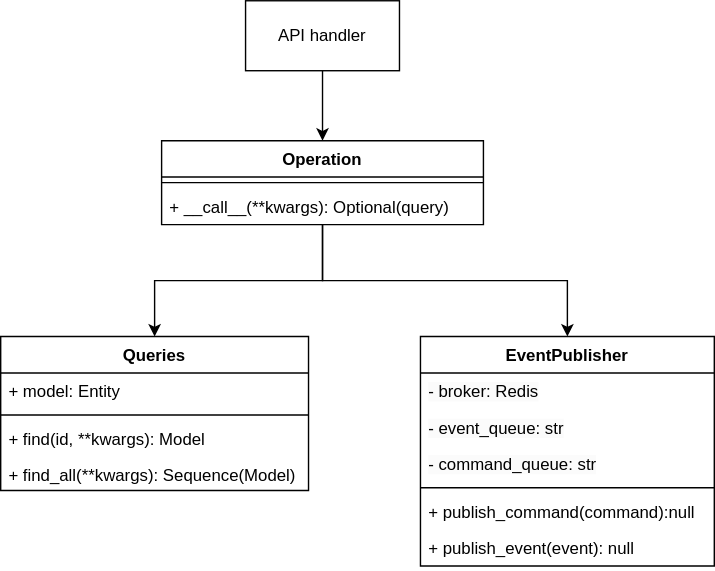
The draw.io diagram docs/classes-API.drawio.svg in Keni13-coder/test-nebus, before a commit. Source tidied: cells renumbered, new cells last; positions are measured from the earlier drawing's top-left corner, leaving out a move shared by most shapes.
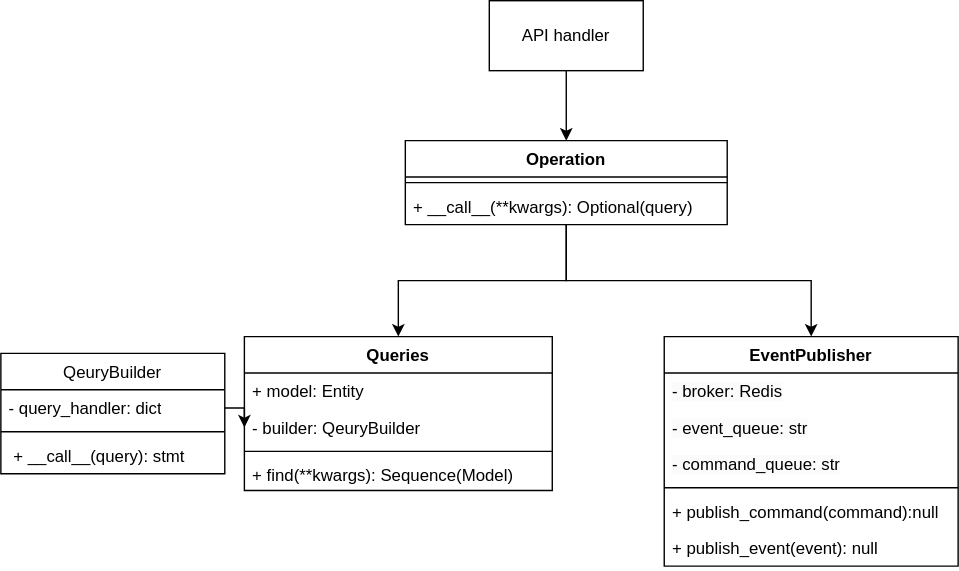
The same file after the commit.

Commit message:
I changed the way I understood the interaction of classes for queries, and also created tests for them

The edit, as a diff of the source:
```diff
@@ -44,13 +44,13 @@
     <mxCell id="15" value="+ model: Entity" style="text;strokeColor=none;fillColor=none;align=left;verticalAlign=top;spacingLeft=4;spacingRight=4;overflow=hidden;whiteSpace=wrap;html=1;" parent="14" vertex="1">
       <mxGeometry y="26" width="220" height="26" as="geometry" />
     </mxCell>
+    <mxCell id="21" value="- builder: QeuryBuilder" style="text;strokeColor=none;fillColor=none;align=left;verticalAlign=top;spacingLeft=4;spacingRight=4;overflow=hidden;points=[[0,0.5],[1,0.5]];portConstraint=eastwest;whiteSpace=wrap;html=1;" parent="14" vertex="1">
+      <mxGeometry y="52" width="220" height="26" as="geometry" />
+    </mxCell>
     <mxCell id="16" style="line;strokeWidth=1;fillColor=none;align=left;verticalAlign=middle;spacingTop=-1;spacingLeft=3;spacingRight=3;labelPosition=right;strokeColor=inherit;" parent="14" vertex="1">
-      <mxGeometry y="52" width="220" height="8" as="geometry" />
+      <mxGeometry y="78" width="220" height="8" as="geometry" />
     </mxCell>
-    <mxCell id="17" value="+ find(id, **kwargs)&lt;span style=&quot;color: rgba(0, 0, 0, 0); font-family: monospace; font-size: 0px; text-wrap-mode: nowrap;&quot;&gt;%3CmxGraphModel%3E%3Croot%3E%3CmxCell%20id%3D%220%22%2F%3E%3CmxCell%20id%3D%221%22%20parent%3D%220%22%2F%3E%3CmxCell%20id%3D%222%22%20value%3D%22MessageBus%22%20style%3D%22swimlane%3BfontStyle%3D1%3Balign%3Dcenter%3BverticalAlign%3Dtop%3BchildLayout%3DstackLayout%3Bhorizontal%3D1%3BstartSize%3D26%3BhorizontalStack%3D0%3BresizeParent%3D1%3BresizeParentMax%3D0%3BresizeLast%3D0%3Bcollapsible%3D1%3BmarginBottom%3D0%3BwhiteSpace%3Dwrap%3Bhtml%3D1%3B%22%20vertex%3D%221%22%20parent%3D%221%22%3E%3CmxGeometry%20x%3D%22484%22%20y%3D%22310%22%20width%3D%22160%22%20height%3D%2286%22%20as%3D%22geometry%22%2F%3E%3C%2FmxCell%3E%3CmxCell%20id%3D%223%22%20value%3D%22%2B%20field%3A%20type%22%20style%3D%22text%3BstrokeColor%3Dnone%3BfillColor%3Dnone%3Balign%3Dleft%3BverticalAlign%3Dtop%3BspacingLeft%3D4%3BspacingRight%3D4%3Boverflow%3Dhidden%3Brotatable%3D0%3Bpoints%3D%5B%5B0%2C0.5%5D%2C%5B1%2C0.5%5D%5D%3BportConstraint%3Deastwest%3BwhiteSpace%3Dwrap%3Bhtml%3D1%3B%22%20vertex%3D%221%22%20parent%3D%222%22%3E%3CmxGeometry%20y%3D%2226%22%20width%3D%22160%22%20height%3D%2226%22%20as%3D%22geometry%22%2F%3E%3C%2FmxCell%3E%3CmxCell%20id%3D%224%22%20value%3D%22%22%20style%3D%22line%3BstrokeWidth%3D1%3BfillColor%3Dnone%3Balign%3Dleft%3BverticalAlign%3Dmiddle%3BspacingTop%3D-1%3BspacingLeft%3D3%3BspacingRight%3D3%3Brotatable%3D0%3BlabelPosition%3Dright%3Bpoints%3D%5B%5D%3BportConstraint%3Deastwest%3BstrokeColor%3Dinherit%3B%22%20vertex%3D%221%22%20parent%3D%222%22%3E%3CmxGeometry%20y%3D%2252%22%20width%3D%22160%22%20height%3D%228%22%20as%3D%22geometry%22%2F%3E%3C%2FmxCell%3E%3CmxCell%20id%3D%225%22%20value%3D%22%2B%20method(type)%3A%20type%22%20style%3D%22text%3BstrokeColor%3Dnone%3BfillColor%3Dnone%3Balign%3Dleft%3BverticalAlign%3Dtop%3BspacingLeft%3D4%3BspacingRight%3D4%3Boverflow%3Dhidden%3Brotatable%3D0%3Bpoints%3D%5B%5B0%2C0.5%5D%2C%5B1%2C0.5%5D%5D%3BportConstraint%3Deastwest%3BwhiteSpace%3Dwrap%3Bhtml%3D1%3B%22%20vertex%3D%221%22%20parent%3D%222%22%3E%3CmxGeometry%20y%3D%2260%22%20width%3D%22160%22%20height%3D%2226%22%20as%3D%22geometry%22%2F%3E%3C%2FmxCell%3E%3C%2Froot%3E%3C%2FmxGraphModel%3E&lt;/span&gt;&lt;span style=&quot;color: rgba(0, 0, 0, 0); font-family: monospace; font-size: 0px; text-wrap-mode: nowrap;&quot;&gt;%3CmxGraphModel%3E%3Croot%3E%3CmxCell%20id%3D%220%22%2F%3E%3CmxCell%20id%3D%221%22%20parent%3D%220%22%2F%3E%3CmxCell%20id%3D%222%22%20value%3D%22MessageBus%22%20style%3D%22swimlane%3BfontStyle%3D1%3Balign%3Dcenter%3BverticalAlign%3Dtop%3BchildLayout%3DstackLayout%3Bhorizontal%3D1%3BstartSize%3D26%3BhorizontalStack%3D0%3BresizeParent%3D1%3BresizeParentMax%3D0%3BresizeLast%3D0%3Bcollapsible%3D1%3BmarginBottom%3D0%3BwhiteSpace%3Dwrap%3Bhtml%3D1%3B%22%20vertex%3D%221%22%20parent%3D%221%22%3E%3CmxGeometry%20x%3D%22484%22%20y%3D%22310%22%20width%3D%22160%22%20height%3D%2286%22%20as%3D%22geometry%22%2F%3E%3C%2FmxCell%3E%3CmxCell%20id%3D%223%22%20value%3D%22%2B%20field%3A%20type%22%20style%3D%22text%3BstrokeColor%3Dnone%3BfillColor%3Dnone%3Balign%3Dleft%3BverticalAlign%3Dtop%3BspacingLeft%3D4%3BspacingRight%3D4%3Boverflow%3Dhidden%3Brotatable%3D0%3Bpoints%3D%5B%5B0%2C0.5%5D%2C%5B1%2C0.5%5D%5D%3BportConstraint%3Deastwest%3BwhiteSpace%3Dwrap%3Bhtml%3D1%3B%22%20vertex%3D%221%22%20parent%3D%222%22%3E%3CmxGeometry%20y%3D%2226%22%20width%3D%22160%22%20height%3D%2226%22%20as%3D%22geometry%22%2F%3E%3C%2FmxCell%3E%3CmxCell%20id%3D%224%22%20value%3D%22%22%20style%3D%22line%3BstrokeWidth%3D1%3BfillColor%3Dnone%3Balign%3Dleft%3BverticalAlign%3Dmiddle%3BspacingTop%3D-1%3BspacingLeft%3D3%3BspacingRight%3D3%3Brotatable%3D0%3BlabelPosition%3Dright%3Bpoints%3D%5B%5D%3BportConstraint%3Deastwest%3BstrokeColor%3Dinherit%3B%22%20vertex%3D%221%22%20parent%3D%222%22%3E%3CmxGeometry%20y%3D%2252%22%20width%3D%22160%22%20height%3D%228%22%20as%3D%22geometry%22%2F%3E%3C%2FmxCell%3E%3CmxCell%20id%3D%225%22%20value%3D%22%2B%20method(type)%3A%20type%22%20style%3D%22text%3BstrokeColor%3Dnone%3BfillColor%3Dnone%3Balign%3Dleft%3BverticalAlign%3Dtop%3BspacingLeft%3D4%3BspacingRight%3D4%3Boverflow%3Dhidden%3Brotatable%3D0%3Bpoints%3D%5B%5B0%2C0.5%5D%2C%5B1%2C0.5%5D%5D%3BportConstraint%3Deastwest%3BwhiteSpace%3Dwrap%3Bhtml%3D1%3B%22%20vertex%3D%221%22%20parent%3D%222%22%3E%3CmxGeometry%20y%3D%2260%22%20width%3D%22160%22%20height%3D%2226%22%20as%3D%22geometry%22%2F%3E%3C%2FmxCell%3E%3C%2Froot%3E%3C%2FmxGraphModel%3E&lt;/span&gt;: Model" style="text;strokeColor=none;fillColor=none;align=left;verticalAlign=top;spacingLeft=4;spacingRight=4;overflow=hidden;whiteSpace=wrap;html=1;" parent="14" vertex="1">
-      <mxGeometry y="60" width="220" height="26" as="geometry" />
-    </mxCell>
-    <mxCell id="18" value="+ find_all(**kwargs)&lt;span style=&quot;color: rgba(0, 0, 0, 0); font-family: monospace; font-size: 0px; text-wrap-mode: nowrap;&quot;&gt;%3CmxGraphModel%3E%3Croot%3E%3CmxCell%20id%3D%220%22%2F%3E%3CmxCell%20id%3D%221%22%20parent%3D%220%22%2F%3E%3CmxCell%20id%3D%222%22%20value%3D%22MessageBus%22%20style%3D%22swimlane%3BfontStyle%3D1%3Balign%3Dcenter%3BverticalAlign%3Dtop%3BchildLayout%3DstackLayout%3Bhorizontal%3D1%3BstartSize%3D26%3BhorizontalStack%3D0%3BresizeParent%3D1%3BresizeParentMax%3D0%3BresizeLast%3D0%3Bcollapsible%3D1%3BmarginBottom%3D0%3BwhiteSpace%3Dwrap%3Bhtml%3D1%3B%22%20vertex%3D%221%22%20parent%3D%221%22%3E%3CmxGeometry%20x%3D%22484%22%20y%3D%22310%22%20width%3D%22160%22%20height%3D%2286%22%20as%3D%22geometry%22%2F%3E%3C%2FmxCell%3E%3CmxCell%20id%3D%223%22%20value%3D%22%2B%20field%3A%20type%22%20style%3D%22text%3BstrokeColor%3Dnone%3BfillColor%3Dnone%3Balign%3Dleft%3BverticalAlign%3Dtop%3BspacingLeft%3D4%3BspacingRight%3D4%3Boverflow%3Dhidden%3Brotatable%3D0%3Bpoints%3D%5B%5B0%2C0.5%5D%2C%5B1%2C0.5%5D%5D%3BportConstraint%3Deastwest%3BwhiteSpace%3Dwrap%3Bhtml%3D1%3B%22%20vertex%3D%221%22%20parent%3D%222%22%3E%3CmxGeometry%20y%3D%2226%22%20width%3D%22160%22%20height%3D%2226%22%20as%3D%22geometry%22%2F%3E%3C%2FmxCell%3E%3CmxCell%20id%3D%224%22%20value%3D%22%22%20style%3D%22line%3BstrokeWidth%3D1%3BfillColor%3Dnone%3Balign%3Dleft%3BverticalAlign%3Dmiddle%3BspacingTop%3D-1%3BspacingLeft%3D3%3BspacingRight%3D3%3Brotatable%3D0%3BlabelPosition%3Dright%3Bpoints%3D%5B%5D%3BportConstraint%3Deastwest%3BstrokeColor%3Dinherit%3B%22%20vertex%3D%221%22%20parent%3D%222%22%3E%3CmxGeometry%20y%3D%2252%22%20width%3D%22160%22%20height%3D%228%22%20as%3D%22geometry%22%2F%3E%3C%2FmxCell%3E%3CmxCell%20id%3D%225%22%20value%3D%22%2B%20method(type)%3A%20type%22%20style%3D%22text%3BstrokeColor%3Dnone%3BfillColor%3Dnone%3Balign%3Dleft%3BverticalAlign%3Dtop%3BspacingLeft%3D4%3BspacingRight%3D4%3Boverflow%3Dhidden%3Brotatable%3D0%3Bpoints%3D%5B%5B0%2C0.5%5D%2C%5B1%2C0.5%5D%5D%3BportConstraint%3Deastwest%3BwhiteSpace%3Dwrap%3Bhtml%3D1%3B%22%20vertex%3D%221%22%20parent%3D%222%22%3E%3CmxGeometry%20y%3D%2260%22%20width%3D%22160%22%20height%3D%2226%22%20as%3D%22geometry%22%2F%3E%3C%2FmxCell%3E%3C%2Froot%3E%3C%2FmxGraphModel%3E&lt;/span&gt;&lt;span style=&quot;color: rgba(0, 0, 0, 0); font-family: monospace; font-size: 0px; text-wrap-mode: nowrap;&quot;&gt;%3CmxGraphModel%3E%3Croot%3E%3CmxCell%20id%3D%220%22%2F%3E%3CmxCell%20id%3D%221%22%20parent%3D%220%22%2F%3E%3CmxCell%20id%3D%222%22%20value%3D%22MessageBus%22%20style%3D%22swimlane%3BfontStyle%3D1%3Balign%3Dcenter%3BverticalAlign%3Dtop%3BchildLayout%3DstackLayout%3Bhorizontal%3D1%3BstartSize%3D26%3BhorizontalStack%3D0%3BresizeParent%3D1%3BresizeParentMax%3D0%3BresizeLast%3D0%3Bcollapsible%3D1%3BmarginBottom%3D0%3BwhiteSpace%3Dwrap%3Bhtml%3D1%3B%22%20vertex%3D%221%22%20parent%3D%221%22%3E%3CmxGeometry%20x%3D%22484%22%20y%3D%22310%22%20width%3D%22160%22%20height%3D%2286%22%20as%3D%22geometry%22%2F%3E%3C%2FmxCell%3E%3CmxCell%20id%3D%223%22%20value%3D%22%2B%20field%3A%20type%22%20style%3D%22text%3BstrokeColor%3Dnone%3BfillColor%3Dnone%3Balign%3Dleft%3BverticalAlign%3Dtop%3BspacingLeft%3D4%3BspacingRight%3D4%3Boverflow%3Dhidden%3Brotatable%3D0%3Bpoints%3D%5B%5B0%2C0.5%5D%2C%5B1%2C0.5%5D%5D%3BportConstraint%3Deastwest%3BwhiteSpace%3Dwrap%3Bhtml%3D1%3B%22%20vertex%3D%221%22%20parent%3D%222%22%3E%3CmxGeometry%20y%3D%2226%22%20width%3D%22160%22%20height%3D%2226%22%20as%3D%22geometry%22%2F%3E%3C%2FmxCell%3E%3CmxCell%20id%3D%224%22%20value%3D%22%22%20style%3D%22line%3BstrokeWidth%3D1%3BfillColor%3Dnone%3Balign%3Dleft%3BverticalAlign%3Dmiddle%3BspacingTop%3D-1%3BspacingLeft%3D3%3BspacingRight%3D3%3Brotatable%3D0%3BlabelPosition%3Dright%3Bpoints%3D%5B%5D%3BportConstraint%3Deastwest%3BstrokeColor%3Dinherit%3B%22%20vertex%3D%221%22%20parent%3D%222%22%3E%3CmxGeometry%20y%3D%2252%22%20width%3D%22160%22%20height%3D%228%22%20as%3D%22geometry%22%2F%3E%3C%2FmxCell%3E%3CmxCell%20id%3D%225%22%20value%3D%22%2B%20method(type)%3A%20type%22%20style%3D%22text%3BstrokeColor%3Dnone%3BfillColor%3Dnone%3Balign%3Dleft%3BverticalAlign%3Dtop%3BspacingLeft%3D4%3BspacingRight%3D4%3Boverflow%3Dhidden%3Brotatable%3D0%3Bpoints%3D%5B%5B0%2C0.5%5D%2C%5B1%2C0.5%5D%5D%3BportConstraint%3Deastwest%3BwhiteSpace%3Dwrap%3Bhtml%3D1%3B%22%20vertex%3D%221%22%20parent%3D%222%22%3E%3CmxGeometry%20y%3D%2260%22%20width%3D%22160%22%20height%3D%2226%22%20as%3D%22geometry%22%2F%3E%3C%2FmxCell%3E%3C%2Froot%3E%3C%2FmxGraphModel%3E_all_____&lt;/span&gt;: Sequence(Model)" style="text;strokeColor=none;fillColor=none;align=left;verticalAlign=top;spacingLeft=4;spacingRight=4;overflow=hidden;whiteSpace=wrap;html=1;" parent="14" vertex="1">
+    <mxCell id="18" value="+ find(**kwargs)&lt;span style=&quot;color: rgba(0, 0, 0, 0); font-family: monospace; font-size: 0px; text-wrap-mode: nowrap;&quot;&gt;%3CmxGraphModel%3E%3Croot%3E%3CmxCell%20id%3D%220%22%2F%3E%3CmxCell%20id%3D%221%22%20parent%3D%220%22%2F%3E%3CmxCell%20id%3D%222%22%20value%3D%22MessageBus%22%20style%3D%22swimlane%3BfontStyle%3D1%3Balign%3Dcenter%3BverticalAlign%3Dtop%3BchildLayout%3DstackLayout%3Bhorizontal%3D1%3BstartSize%3D26%3BhorizontalStack%3D0%3BresizeParent%3D1%3BresizeParentMax%3D0%3BresizeLast%3D0%3Bcollapsible%3D1%3BmarginBottom%3D0%3BwhiteSpace%3Dwrap%3Bhtml%3D1%3B%22%20vertex%3D%221%22%20parent%3D%221%22%3E%3CmxGeometry%20x%3D%22484%22%20y%3D%22310%22%20width%3D%22160%22%20height%3D%2286%22%20as%3D%22geometry%22%2F%3E%3C%2FmxCell%3E%3CmxCell%20id%3D%223%22%20value%3D%22%2B%20field%3A%20type%22%20style%3D%22text%3BstrokeColor%3Dnone%3BfillColor%3Dnone%3Balign%3Dleft%3BverticalAlign%3Dtop%3BspacingLeft%3D4%3BspacingRight%3D4%3Boverflow%3Dhidden%3Brotatable%3D0%3Bpoints%3D%5B%5B0%2C0.5%5D%2C%5B1%2C0.5%5D%5D%3BportConstraint%3Deastwest%3BwhiteSpace%3Dwrap%3Bhtml%3D1%3B%22%20vertex%3D%221%22%20parent%3D%222%22%3E%3CmxGeometry%20y%3D%2226%22%20width%3D%22160%22%20height%3D%2226%22%20as%3D%22geometry%22%2F%3E%3C%2FmxCell%3E%3CmxCell%20id%3D%224%22%20value%3D%22%22%20style%3D%22line%3BstrokeWidth%3D1%3BfillColor%3Dnone%3Balign%3Dleft%3BverticalAlign%3Dmiddle%3BspacingTop%3D-1%3BspacingLeft%3D3%3BspacingRight%3D3%3Brotatable%3D0%3BlabelPosition%3Dright%3Bpoints%3D%5B%5D%3BportConstraint%3Deastwest%3BstrokeColor%3Dinherit%3B%22%20vertex%3D%221%22%20parent%3D%222%22%3E%3CmxGeometry%20y%3D%2252%22%20width%3D%22160%22%20height%3D%228%22%20as%3D%22geometry%22%2F%3E%3C%2FmxCell%3E%3CmxCell%20id%3D%225%22%20value%3D%22%2B%20method(type)%3A%20type%22%20style%3D%22text%3BstrokeColor%3Dnone%3BfillColor%3Dnone%3Balign%3Dleft%3BverticalAlign%3Dtop%3BspacingLeft%3D4%3BspacingRight%3D4%3Boverflow%3Dhidden%3Brotatable%3D0%3Bpoints%3D%5B%5B0%2C0.5%5D%2C%5B1%2C0.5%5D%5D%3BportConstraint%3Deastwest%3BwhiteSpace%3Dwrap%3Bhtml%3D1%3B%22%20vertex%3D%221%22%20parent%3D%222%22%3E%3CmxGeometry%20y%3D%2260%22%20width%3D%22160%22%20height%3D%2226%22%20as%3D%22geometry%22%2F%3E%3C%2FmxCell%3E%3C%2Froot%3E%3C%2FmxGraphModel%3E&lt;/span&gt;&lt;span style=&quot;color: rgba(0, 0, 0, 0); font-family: monospace; font-size: 0px; text-wrap-mode: nowrap;&quot;&gt;%3CmxGraphModel%3E%3Croot%3E%3CmxCell%20id%3D%220%22%2F%3E%3CmxCell%20id%3D%221%22%20parent%3D%220%22%2F%3E%3CmxCell%20id%3D%222%22%20value%3D%22MessageBus%22%20style%3D%22swimlane%3BfontStyle%3D1%3Balign%3Dcenter%3BverticalAlign%3Dtop%3BchildLayout%3DstackLayout%3Bhorizontal%3D1%3BstartSize%3D26%3BhorizontalStack%3D0%3BresizeParent%3D1%3BresizeParentMax%3D0%3BresizeLast%3D0%3Bcollapsible%3D1%3BmarginBottom%3D0%3BwhiteSpace%3Dwrap%3Bhtml%3D1%3B%22%20vertex%3D%221%22%20parent%3D%221%22%3E%3CmxGeometry%20x%3D%22484%22%20y%3D%22310%22%20width%3D%22160%22%20height%3D%2286%22%20as%3D%22geometry%22%2F%3E%3C%2FmxCell%3E%3CmxCell%20id%3D%223%22%20value%3D%22%2B%20field%3A%20type%22%20style%3D%22text%3BstrokeColor%3Dnone%3BfillColor%3Dnone%3Balign%3Dleft%3BverticalAlign%3Dtop%3BspacingLeft%3D4%3BspacingRight%3D4%3Boverflow%3Dhidden%3Brotatable%3D0%3Bpoints%3D%5B%5B0%2C0.5%5D%2C%5B1%2C0.5%5D%5D%3BportConstraint%3Deastwest%3BwhiteSpace%3Dwrap%3Bhtml%3D1%3B%22%20vertex%3D%221%22%20parent%3D%222%22%3E%3CmxGeometry%20y%3D%2226%22%20width%3D%22160%22%20height%3D%2226%22%20as%3D%22geometry%22%2F%3E%3C%2FmxCell%3E%3CmxCell%20id%3D%224%22%20value%3D%22%22%20style%3D%22line%3BstrokeWidth%3D1%3BfillColor%3Dnone%3Balign%3Dleft%3BverticalAlign%3Dmiddle%3BspacingTop%3D-1%3BspacingLeft%3D3%3BspacingRight%3D3%3Brotatable%3D0%3BlabelPosition%3Dright%3Bpoints%3D%5B%5D%3BportConstraint%3Deastwest%3BstrokeColor%3Dinherit%3B%22%20vertex%3D%221%22%20parent%3D%222%22%3E%3CmxGeometry%20y%3D%2252%22%20width%3D%22160%22%20height%3D%228%22%20as%3D%22geometry%22%2F%3E%3C%2FmxCell%3E%3CmxCell%20id%3D%225%22%20value%3D%22%2B%20method(type)%3A%20type%22%20style%3D%22text%3BstrokeColor%3Dnone%3BfillColor%3Dnone%3Balign%3Dleft%3BverticalAlign%3Dtop%3BspacingLeft%3D4%3BspacingRight%3D4%3Boverflow%3Dhidden%3Brotatable%3D0%3Bpoints%3D%5B%5B0%2C0.5%5D%2C%5B1%2C0.5%5D%5D%3BportConstraint%3Deastwest%3BwhiteSpace%3Dwrap%3Bhtml%3D1%3B%22%20vertex%3D%221%22%20parent%3D%222%22%3E%3CmxGeometry%20y%3D%2260%22%20width%3D%22160%22%20height%3D%2226%22%20as%3D%22geometry%22%2F%3E%3C%2FmxCell%3E%3C%2Froot%3E%3C%2FmxGraphModel%3E_all_____&lt;/span&gt;: Sequence(Model)" style="text;strokeColor=none;fillColor=none;align=left;verticalAlign=top;spacingLeft=4;spacingRight=4;overflow=hidden;whiteSpace=wrap;html=1;" parent="14" vertex="1">
       <mxGeometry y="86" width="220" height="24" as="geometry" />
     </mxCell>
     <mxCell id="19" style="edgeStyle=orthogonalEdgeStyle;rounded=0;jettySize=auto;html=1;" parent="1" edge="1" source="20" target="11">
@@ -59,5 +59,20 @@
     <mxCell id="20" value="API handler" style="html=1;whiteSpace=wrap;" parent="1" vertex="1">
       <mxGeometry x="175" width="110" height="50" as="geometry" />
     </mxCell>
+    <mxCell id="22" value="&lt;span style=&quot;font-weight: 400; text-align: left;&quot;&gt;QeuryBuilder&lt;/span&gt;" style="swimlane;fontStyle=1;align=center;verticalAlign=top;horizontal=1;startSize=26;whiteSpace=wrap;html=1;" parent="1" vertex="1">
+      <mxGeometry x="-174" y="252" width="160" height="86" as="geometry" />
+    </mxCell>
+    <mxCell id="23" value="- query_handler: dict" style="text;strokeColor=none;fillColor=none;align=left;verticalAlign=top;spacingLeft=4;spacingRight=4;overflow=hidden;points=[[0,0.5],[1,0.5]];portConstraint=eastwest;whiteSpace=wrap;html=1;" parent="22" vertex="1">
+      <mxGeometry y="26" width="160" height="26" as="geometry" />
+    </mxCell>
+    <mxCell id="24" style="line;strokeWidth=1;fillColor=none;align=left;verticalAlign=middle;spacingTop=-1;spacingLeft=3;spacingRight=3;labelPosition=right;strokeColor=inherit;" parent="22" vertex="1">
+      <mxGeometry y="52" width="160" height="8" as="geometry" />
+    </mxCell>
+    <mxCell id="25" value="&amp;nbsp;+ __call__(query): stmt" style="text;strokeColor=none;fillColor=none;align=left;verticalAlign=top;spacingLeft=4;spacingRight=4;overflow=hidden;whiteSpace=wrap;html=1;" parent="22" vertex="1">
+      <mxGeometry y="60" width="160" height="26" as="geometry" />
+    </mxCell>
+    <mxCell id="26" style="edgeStyle=orthogonalEdgeStyle;rounded=0;jettySize=auto;html=1;exitX=1;exitY=0.5;exitDx=0;exitDy=0;entryX=0;entryY=0.5;entryDx=0;entryDy=0;" parent="1" edge="1" source="23" target="21">
+      <mxGeometry relative="1" as="geometry" />
+    </mxCell>
   </root>
 </mxGraphModel>
```
